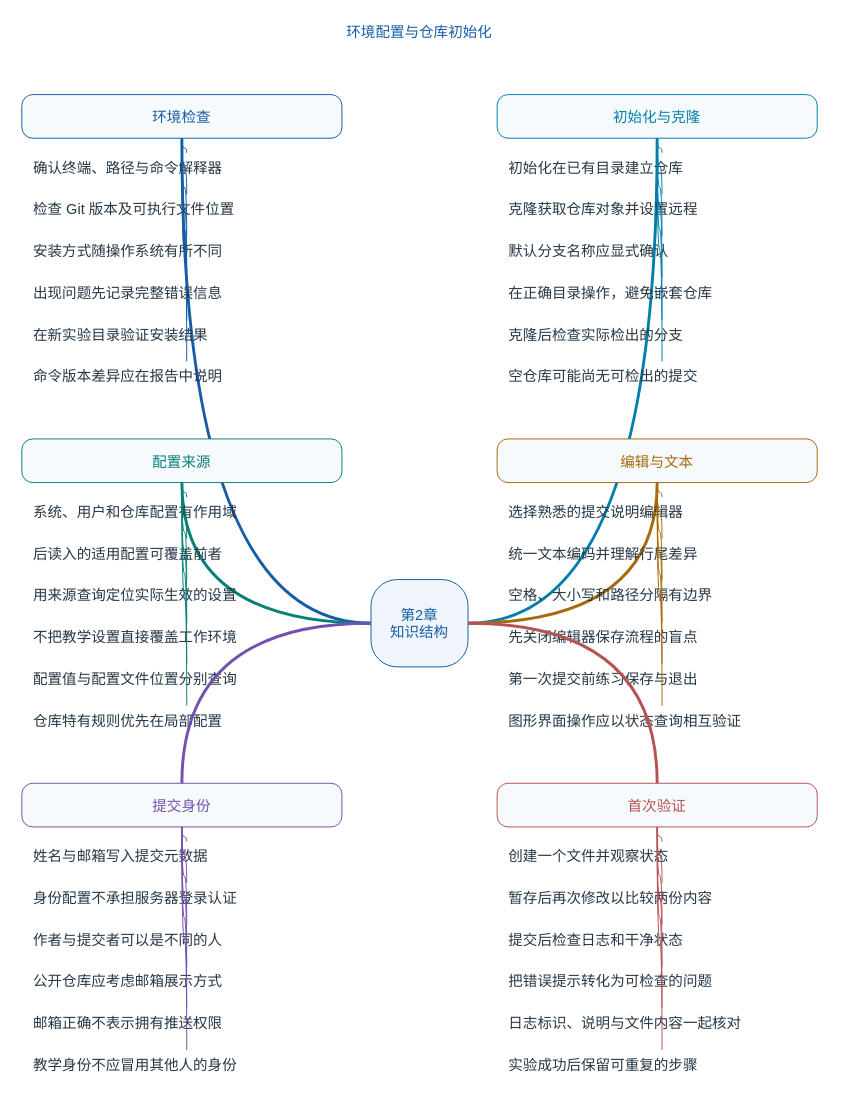
Before: page "第2章 环境配置与仓库初始化" (2 of 17) of assets/git-book-mindmaps.drawio in tsingke/GitEasy, a draw.io diagram. Source tidied: cells renumbered, new cells numbered last; positions are measured from the earlier drawing's top-left corner, leaving out a move shared by most shapes. Both pictures are drawn from the tidied source at 97%, with x=0, y=0 at pixel (21, 16).
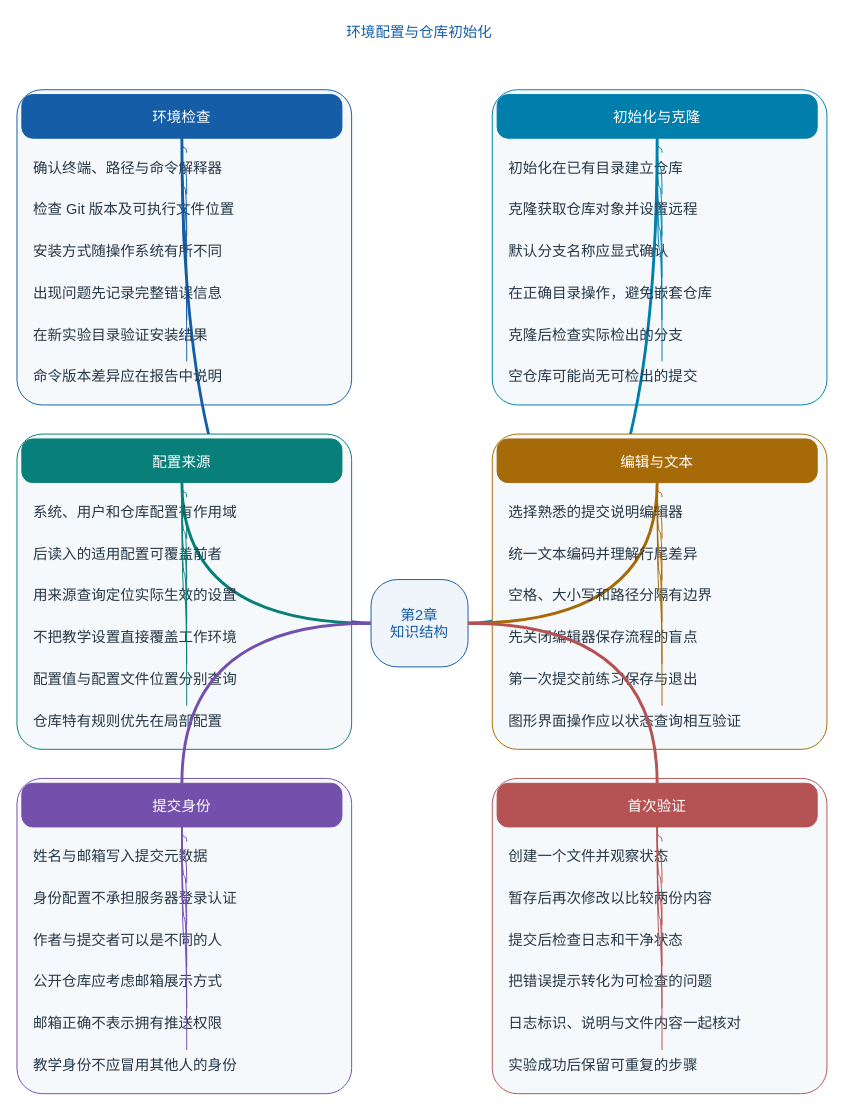
Above is the later version.

The edit, as a diff of the source:
```diff
@@
+    <mxCell id="88" style="rounded=1;arcSize=8;fillColor=#F6F9FC;strokeColor=#155DA6;html=1;whiteSpace=wrap;fontFamily=Helvetica;fontSize=15;" parent="1" vertex="1">
+      <mxGeometry x="-5" y="75" width="345" height="325" as="geometry" />
+    </mxCell>
-    <mxCell id="4" value="环境检查" style="rounded=1;arcSize=25;align=center;fillColor=#F7FAFD;strokeColor=#155DA6;fontColor=#155DA6;html=1;whiteSpace=wrap;fontFamily=Helvetica;fontSize=15;" parent="1" vertex="1">
+    <mxCell id="4" value="环境检查" style="rounded=1;arcSize=25;align=center;fillColor=#155DA6;strokeColor=#155DA6;fontColor=#FFFFFF;html=1;whiteSpace=wrap;fontFamily=Helvetica;fontSize=15;" parent="1" vertex="1">
       <mxGeometry y="80" width="330" height="45" as="geometry" />
     </mxCell>
@@
+    <mxCell id="89" style="rounded=1;arcSize=8;fillColor=#F6F9FC;strokeColor=#087F78;html=1;whiteSpace=wrap;fontFamily=Helvetica;fontSize=15;" parent="1" vertex="1">
+      <mxGeometry x="-5" y="430" width="345" height="325" as="geometry" />
+    </mxCell>
-    <mxCell id="18" value="配置来源" style="rounded=1;arcSize=25;align=center;fillColor=#F7FAFD;strokeColor=#087F78;fontColor=#087F78;html=1;whiteSpace=wrap;fontFamily=Helvetica;fontSize=15;" parent="1" vertex="1">
+    <mxCell id="18" value="配置来源" style="rounded=1;arcSize=25;align=center;fillColor=#087F78;strokeColor=#087F78;fontColor=#FFFFFF;html=1;whiteSpace=wrap;fontFamily=Helvetica;fontSize=15;" parent="1" vertex="1">
       <mxGeometry y="435" width="330" height="45" as="geometry" />
     </mxCell>
@@
+    <mxCell id="90" style="rounded=1;arcSize=8;fillColor=#F6F9FC;strokeColor=#7350AC;html=1;whiteSpace=wrap;fontFamily=Helvetica;fontSize=15;" parent="1" vertex="1">
+      <mxGeometry x="-5" y="785" width="345" height="325" as="geometry" />
+    </mxCell>
-    <mxCell id="32" value="提交身份" style="rounded=1;arcSize=25;align=center;fillColor=#F7FAFD;strokeColor=#7350AC;fontColor=#7350AC;html=1;whiteSpace=wrap;fontFamily=Helvetica;fontSize=15;" parent="1" vertex="1">
+    <mxCell id="32" value="提交身份" style="rounded=1;arcSize=25;align=center;fillColor=#7350AC;strokeColor=#7350AC;fontColor=#FFFFFF;html=1;whiteSpace=wrap;fontFamily=Helvetica;fontSize=15;" parent="1" vertex="1">
       <mxGeometry y="790" width="330" height="45" as="geometry" />
     </mxCell>
@@
+    <mxCell id="91" style="rounded=1;arcSize=8;fillColor=#F6F9FC;strokeColor=#007FAD;html=1;whiteSpace=wrap;fontFamily=Helvetica;fontSize=15;" parent="1" vertex="1">
+      <mxGeometry x="485" y="75" width="345" height="325" as="geometry" />
+    </mxCell>
-    <mxCell id="46" value="初始化与克隆" style="rounded=1;arcSize=25;align=center;fillColor=#F7FAFD;strokeColor=#007FAD;fontColor=#007FAD;html=1;whiteSpace=wrap;fontFamily=Helvetica;fontSize=15;" parent="1" vertex="1">
+    <mxCell id="46" value="初始化与克隆" style="rounded=1;arcSize=25;align=center;fillColor=#007FAD;strokeColor=#007FAD;fontColor=#FFFFFF;html=1;whiteSpace=wrap;fontFamily=Helvetica;fontSize=15;" parent="1" vertex="1">
       <mxGeometry x="490" y="80" width="330" height="45" as="geometry" />
     </mxCell>
@@
+    <mxCell id="92" style="rounded=1;arcSize=8;fillColor=#F6F9FC;strokeColor=#A66A08;html=1;whiteSpace=wrap;fontFamily=Helvetica;fontSize=15;" parent="1" vertex="1">
+      <mxGeometry x="485" y="430" width="345" height="325" as="geometry" />
+    </mxCell>
-    <mxCell id="60" value="编辑与文本" style="rounded=1;arcSize=25;align=center;fillColor=#F7FAFD;strokeColor=#A66A08;fontColor=#A66A08;html=1;whiteSpace=wrap;fontFamily=Helvetica;fontSize=15;" parent="1" vertex="1">
+    <mxCell id="60" value="编辑与文本" style="rounded=1;arcSize=25;align=center;fillColor=#A66A08;strokeColor=#A66A08;fontColor=#FFFFFF;html=1;whiteSpace=wrap;fontFamily=Helvetica;fontSize=15;" parent="1" vertex="1">
       <mxGeometry x="490" y="435" width="330" height="45" as="geometry" />
     </mxCell>
@@
+    <mxCell id="93" style="rounded=1;arcSize=8;fillColor=#F6F9FC;strokeColor=#B55354;html=1;whiteSpace=wrap;fontFamily=Helvetica;fontSize=15;" parent="1" vertex="1">
+      <mxGeometry x="485" y="785" width="345" height="325" as="geometry" />
+    </mxCell>
-    <mxCell id="74" value="首次验证" style="rounded=1;arcSize=25;align=center;fillColor=#F7FAFD;strokeColor=#B55354;fontColor=#B55354;html=1;whiteSpace=wrap;fontFamily=Helvetica;fontSize=15;" parent="1" vertex="1">
+    <mxCell id="74" value="首次验证" style="rounded=1;arcSize=25;align=center;fillColor=#B55354;strokeColor=#B55354;fontColor=#FFFFFF;html=1;whiteSpace=wrap;fontFamily=Helvetica;fontSize=15;" parent="1" vertex="1">
       <mxGeometry x="490" y="790" width="330" height="45" as="geometry" />
     </mxCell>
```
